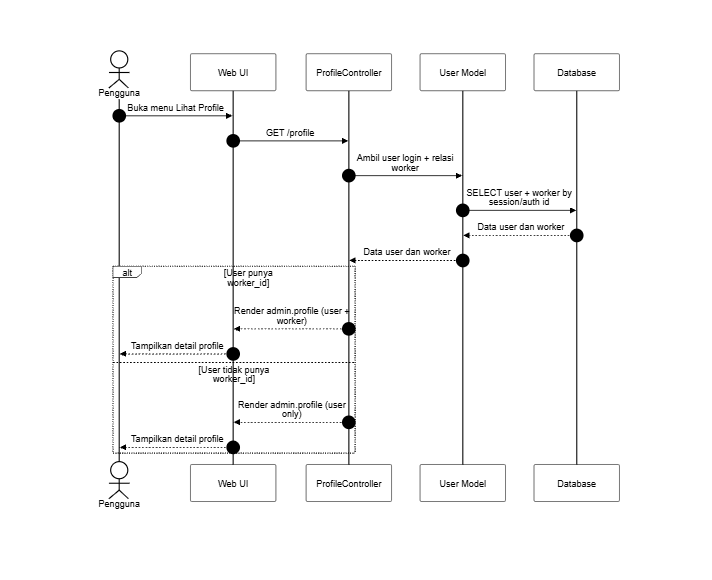
Earlier version of the Mermaid export docs/SequenceDiagram/PNG_Transparent/Profil-LihatProfile.png (SulaimanHafi23/SimpegRSHDI). Its source is kept beside it as docs/SequenceDiagram/Profil-LihatProfile.mermaid.
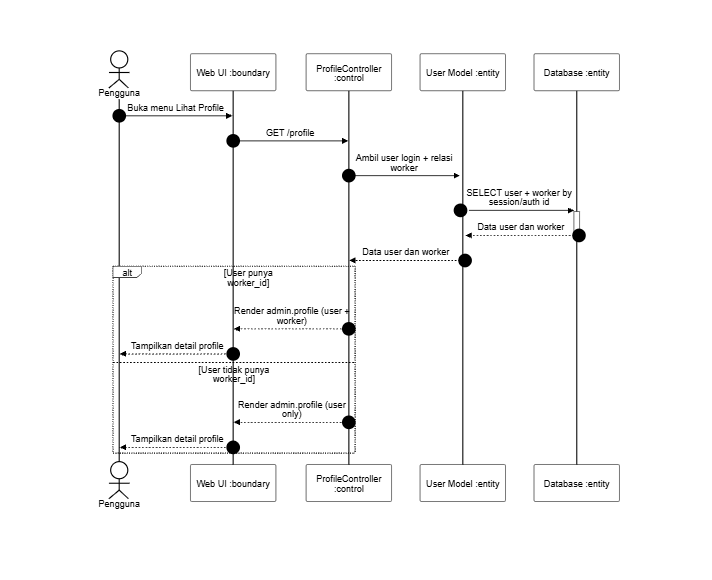
Above is the later version.

The edit, as a diff of the source:
```diff
@@ -2,16 +2,16 @@
 sequenceDiagram
     autonumber
     actor A as Pengguna
-    participant UI as Web UI
-    participant C as ProfileController
-    participant M as User Model
-    participant DB as Database
+    participant UI as Web UI :boundary
+    participant C as ProfileController :control
+    participant M as User Model :entity
+    participant DB as Database :entity
 
     A->>UI: Buka menu Lihat Profile
     UI->>C: GET /profile
-    C->>M: Ambil user login + relasi worker
-    M->>DB: SELECT user + worker by session/auth id
-    DB-->>M: Data user dan worker
+    C->>+M: Ambil user login + relasi worker
+    M->>+DB: SELECT user + worker by session/auth id
+    DB-->>-M: Data user dan worker
     M-->>C: Data user dan worker
     alt User punya worker_id
         C-->>UI: Render admin.profile (user + worker)
```
